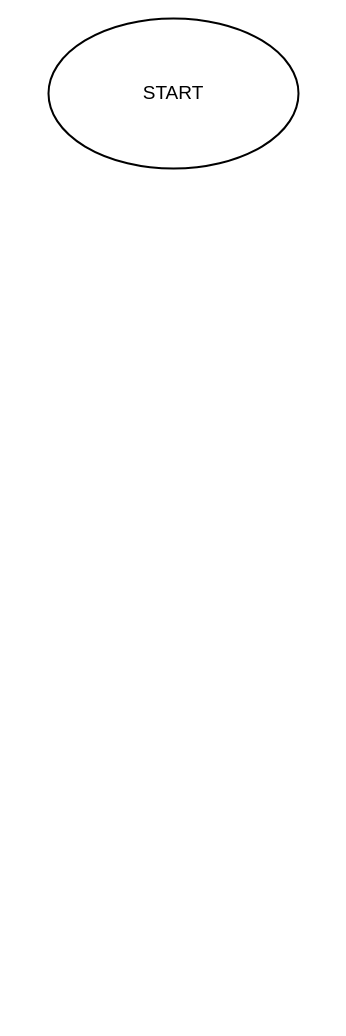
This is projects/auto_sn/flowchart.drawio from iHaveNoKnowledge/Python, a draw.io file, before an edit. Source tidied: cells renumbered, new cells numbered last; positions are measured from the earlier drawing's top-left corner, leaving out a move shared by most shapes. Both pictures are drawn from the tidied source at 100%, with x=0, y=0 at pixel (48, 18).
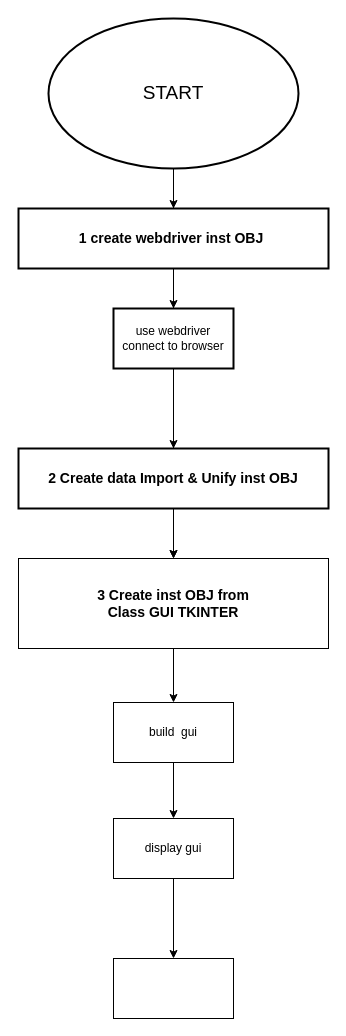
After the change.

Diff of the diagram source:
```diff
@@
 <mxGraphModel background="#ffffff">
   <root>
     <mxCell id="0" />
     <mxCell id="1" parent="0" />
+    <mxCell id="3" style="edgeStyle=none;html=1;entryX=0.5;entryY=0;entryDx=0;entryDy=0;" parent="1" edge="1" source="2" target="6">
+      <mxGeometry relative="1" as="geometry" />
+    </mxCell>
+    <mxCell id="4" style="edgeStyle=none;html=1;strokeColor=#000000;" parent="1" edge="1" source="2" target="13">
+      <mxGeometry relative="1" as="geometry" />
+    </mxCell>
     <mxCell id="2" value="&lt;font style=&quot;font-size: 19px;&quot;&gt;START&lt;/font&gt;" style="strokeWidth=2;html=1;shape=mxgraph.flowchart.start_1;whiteSpace=wrap;" parent="1" vertex="1">
       <mxGeometry width="250" height="150" as="geometry" />
     </mxCell>
+    <mxCell id="5" style="edgeStyle=none;html=1;strokeColor=#000000;" parent="1" edge="1" source="6" target="8">
+      <mxGeometry relative="1" as="geometry" />
+    </mxCell>
+    <mxCell id="6" value="&lt;font style=&quot;font-size: 14px;&quot;&gt;&lt;b&gt;3 Create inst OBJ from&lt;br&gt;Class GUI TKINTER&lt;/b&gt;&lt;/font&gt;" style="rounded=0;whiteSpace=wrap;html=1;" parent="1" vertex="1">
+      <mxGeometry x="-30" y="540" width="310" height="90" as="geometry" />
+    </mxCell>
+    <mxCell id="7" style="edgeStyle=none;html=1;strokeColor=#000000;" parent="1" edge="1" source="8" target="10">
+      <mxGeometry relative="1" as="geometry" />
+    </mxCell>
+    <mxCell id="8" value="build&amp;nbsp; gui" style="whiteSpace=wrap;html=1;rounded=0;" parent="1" vertex="1">
+      <mxGeometry x="65" y="684" width="120" height="60" as="geometry" />
+    </mxCell>
+    <mxCell id="9" style="edgeStyle=none;html=1;strokeColor=#000000;" parent="1" edge="1" source="10" target="11">
+      <mxGeometry relative="1" as="geometry" />
+    </mxCell>
+    <mxCell id="10" value="display gui" style="whiteSpace=wrap;html=1;rounded=0;" parent="1" vertex="1">
+      <mxGeometry x="65" y="800" width="120" height="60" as="geometry" />
+    </mxCell>
+    <mxCell id="11" style="whiteSpace=wrap;html=1;rounded=0;" parent="1" vertex="1">
+      <mxGeometry x="65" y="940" width="120" height="60" as="geometry" />
+    </mxCell>
+    <mxCell id="12" style="edgeStyle=none;html=1;strokeColor=#000000;" parent="1" edge="1" source="13" target="15">
+      <mxGeometry relative="1" as="geometry" />
+    </mxCell>
+    <mxCell id="13" value="&lt;font style=&quot;font-size: 14px;&quot;&gt;&lt;b&gt;1 create webdriver inst OBJ&amp;nbsp;&lt;/b&gt;&lt;/font&gt;" style="whiteSpace=wrap;html=1;strokeWidth=2;" parent="1" vertex="1">
+      <mxGeometry x="-30" y="190" width="310" height="60" as="geometry" />
+    </mxCell>
+    <mxCell id="14" style="edgeStyle=none;html=1;strokeColor=#000000;fontSize=14;" parent="1" edge="1" source="15" target="17">
+      <mxGeometry relative="1" as="geometry" />
+    </mxCell>
+    <mxCell id="15" value="use webdriver connect to browser" style="whiteSpace=wrap;html=1;strokeWidth=2;" parent="1" vertex="1">
+      <mxGeometry x="65" y="290" width="120" height="60" as="geometry" />
+    </mxCell>
+    <mxCell id="16" style="edgeStyle=none;html=1;strokeColor=#000000;fontSize=14;entryX=0.5;entryY=0;entryDx=0;entryDy=0;" parent="1" edge="1" source="17" target="6">
+      <mxGeometry relative="1" as="geometry" />
+    </mxCell>
+    <mxCell id="17" value="&lt;font style=&quot;font-size: 14px;&quot;&gt;&lt;b&gt;2 Create data Import &amp;amp; Unify inst OBJ&lt;/b&gt;&lt;/font&gt;" style="whiteSpace=wrap;html=1;strokeWidth=2;" parent="1" vertex="1">
+      <mxGeometry x="-30" y="430" width="310" height="60" as="geometry" />
+    </mxCell>
   </root>
 </mxGraphModel>
```
